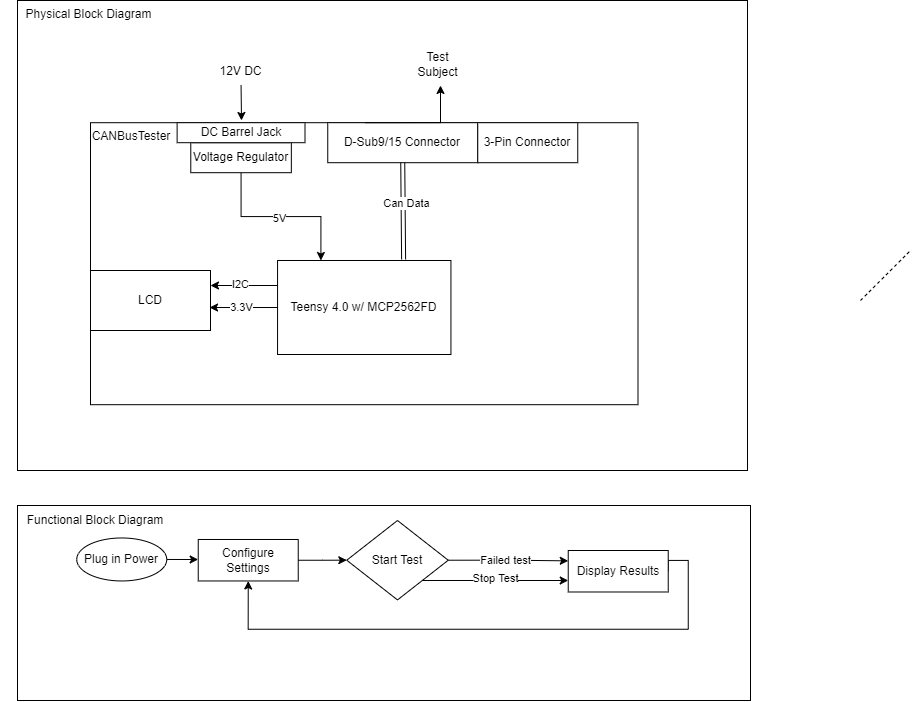
SystemsCyber/CANBusTester keeps this draw.io diagram as figures/CANBusTester.drawio.png. Above is the earlier version. Source tidied: cells renumbered, new cells last; positions are measured from the earlier drawing's top-left corner, leaving out a move shared by most shapes.
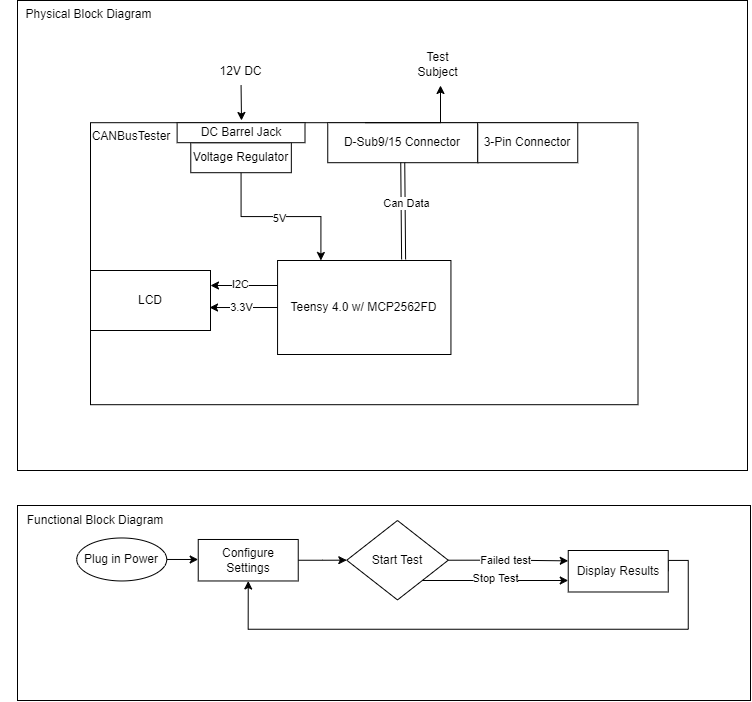
After the change.

The edit, as a diff of the source:
```diff
@@ -144,11 +144,5 @@
     <mxCell id="39" value="Functional Block Diagram" style="text;html=1;strokeColor=none;fillColor=none;align=center;verticalAlign=middle;whiteSpace=wrap;rounded=0;" parent="1" vertex="1">
       <mxGeometry x="10" y="505" width="170" height="30" as="geometry" />
     </mxCell>
-    <mxCell id="40" style="endArrow=none;dashed=1;html=1;rounded=0;" parent="1" edge="1">
-      <mxGeometry relative="1" as="geometry">
-        <mxPoint x="860" y="300" as="sourcePoint" />
-        <mxPoint x="910" y="250" as="targetPoint" />
-      </mxGeometry>
-    </mxCell>
   </root>
 </mxGraphModel>
```
